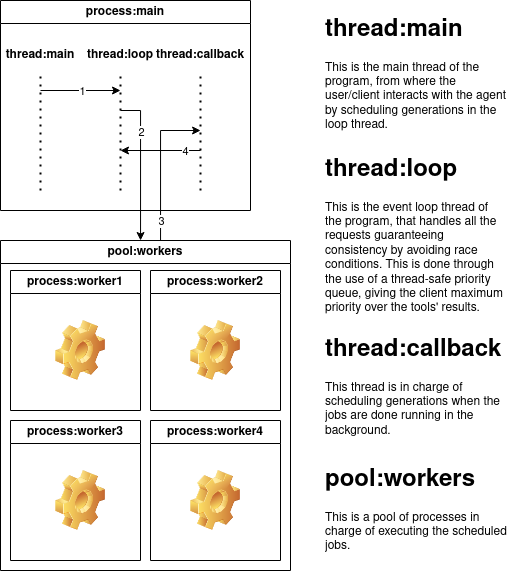
The draw.io diagram assets/executor_architecture.png in engelberger/concurrent-agent-executor, before a commit. Source tidied: cells renumbered, new cells last; positions are measured from the earlier drawing's top-left corner, leaving out a move shared by most shapes. Source of this version:
```xml
<mxGraphModel>
  <root>
    <mxCell id="0" />
    <mxCell id="1" parent="0" />
    <mxCell id="2" value="process:main" style="swimlane;whiteSpace=wrap;html=1;" parent="1" vertex="1">
      <mxGeometry width="250" height="210" as="geometry" />
    </mxCell>
    <mxCell id="3" style="endArrow=none;dashed=1;html=1;dashPattern=1 3;strokeWidth=2;rounded=0;" parent="2" edge="1">
      <mxGeometry relative="1" as="geometry">
        <mxPoint x="40" y="190" as="sourcePoint" />
        <mxPoint x="40" y="70" as="targetPoint" />
      </mxGeometry>
    </mxCell>
    <mxCell id="4" style="endArrow=none;dashed=1;html=1;dashPattern=1 3;strokeWidth=2;rounded=0;" parent="2" edge="1">
      <mxGeometry relative="1" as="geometry">
        <mxPoint x="120" y="190" as="sourcePoint" />
        <mxPoint x="120" y="70" as="targetPoint" />
      </mxGeometry>
    </mxCell>
    <mxCell id="5" style="endArrow=none;dashed=1;html=1;dashPattern=1 3;strokeWidth=2;rounded=0;" parent="2" edge="1">
      <mxGeometry relative="1" as="geometry">
        <mxPoint x="200" y="190" as="sourcePoint" />
        <mxPoint x="200" y="70" as="targetPoint" />
      </mxGeometry>
    </mxCell>
    <mxCell id="6" value="thread:loop" style="text;html=1;align=center;verticalAlign=middle;whiteSpace=wrap;rounded=0;fontStyle=1;fillColor=default;" parent="2" vertex="1">
      <mxGeometry x="90" y="40" width="60" height="30" as="geometry" />
    </mxCell>
    <mxCell id="7" value="thread:callback" style="text;html=1;align=center;verticalAlign=middle;whiteSpace=wrap;rounded=0;fontStyle=1;fillColor=default;" parent="2" vertex="1">
      <mxGeometry x="170" y="40" width="60" height="30" as="geometry" />
    </mxCell>
    <mxCell id="8" style="endArrow=classic;html=1;rounded=0;" parent="2" edge="1">
      <mxGeometry relative="1" as="geometry">
        <mxPoint x="40" y="90" as="sourcePoint" />
        <mxPoint x="120" y="90" as="targetPoint" />
      </mxGeometry>
    </mxCell>
    <mxCell id="9" value="1" style="edgeLabel;html=1;align=center;verticalAlign=middle;" parent="8" vertex="1">
      <mxGeometry x="0.03" relative="1" as="geometry" />
    </mxCell>
    <mxCell id="10" value="thread:main" style="text;html=1;align=center;verticalAlign=middle;whiteSpace=wrap;rounded=0;fontStyle=1;fillColor=default;" parent="2" vertex="1">
      <mxGeometry x="10" y="40" width="60" height="30" as="geometry" />
    </mxCell>
    <mxCell id="11" value="&lt;div&gt;pool:workers&lt;/div&gt;" style="swimlane;whiteSpace=wrap;html=1;" parent="1" vertex="1">
      <mxGeometry y="240" width="290" height="330" as="geometry" />
    </mxCell>
    <mxCell id="12" value="process:worker1" style="swimlane;whiteSpace=wrap;html=1;" parent="11" vertex="1">
      <mxGeometry x="10" y="30" width="130" height="140" as="geometry" />
    </mxCell>
    <mxCell id="13" style="shape=image;html=1;verticalLabelPosition=bottom;verticalAlign=top;imageAspect=0;image=img/clipart/Gear_128x128.png;" parent="12" vertex="1">
      <mxGeometry x="45" y="50" width="50" height="60" as="geometry" />
    </mxCell>
    <mxCell id="14" value="process:worker2" style="swimlane;whiteSpace=wrap;html=1;" parent="11" vertex="1">
      <mxGeometry x="150" y="30" width="130" height="140" as="geometry" />
    </mxCell>
    <mxCell id="15" style="shape=image;html=1;verticalLabelPosition=bottom;verticalAlign=top;imageAspect=0;image=img/clipart/Gear_128x128.png;" parent="14" vertex="1">
      <mxGeometry x="40" y="50" width="50" height="60" as="geometry" />
    </mxCell>
    <mxCell id="16" value="process:worker3" style="swimlane;whiteSpace=wrap;html=1;" parent="11" vertex="1">
      <mxGeometry x="10" y="180" width="130" height="140" as="geometry" />
    </mxCell>
    <mxCell id="17" style="shape=image;html=1;verticalLabelPosition=bottom;verticalAlign=top;imageAspect=0;image=img/clipart/Gear_128x128.png;" parent="16" vertex="1">
      <mxGeometry x="45" y="50" width="50" height="60" as="geometry" />
    </mxCell>
    <mxCell id="18" value="process:worker4" style="swimlane;whiteSpace=wrap;html=1;" parent="11" vertex="1">
      <mxGeometry x="150" y="180" width="130" height="140" as="geometry" />
    </mxCell>
    <mxCell id="19" style="shape=image;html=1;verticalLabelPosition=bottom;verticalAlign=top;imageAspect=0;image=img/clipart/Gear_128x128.png;" parent="18" vertex="1">
      <mxGeometry x="40" y="50" width="50" height="60" as="geometry" />
    </mxCell>
    <mxCell id="20" style="endArrow=classic;html=1;rounded=0;edgeStyle=orthogonalEdgeStyle;" parent="1" edge="1" target="11">
      <mxGeometry relative="1" as="geometry">
        <mxPoint x="120" y="110" as="sourcePoint" />
        <Array as="points">
          <mxPoint x="140" y="110" />
        </Array>
      </mxGeometry>
    </mxCell>
    <mxCell id="21" value="2" style="edgeLabel;html=1;align=center;verticalAlign=middle;" parent="20" vertex="1">
      <mxGeometry x="-0.45" relative="1" as="geometry" />
    </mxCell>
    <mxCell id="22" style="endArrow=classic;html=1;rounded=0;edgeStyle=orthogonalEdgeStyle;exitX=0.543;exitY=0;exitDx=0;exitDy=0;exitPerimeter=0;" parent="1" edge="1" source="11">
      <mxGeometry relative="1" as="geometry">
        <mxPoint x="200" y="130" as="targetPoint" />
        <Array as="points">
          <mxPoint x="160" y="240" />
          <mxPoint x="160" y="130" />
          <mxPoint x="200" y="130" />
        </Array>
      </mxGeometry>
    </mxCell>
    <mxCell id="23" value="3" style="edgeLabel;html=1;align=center;verticalAlign=middle;" parent="22" vertex="1">
      <mxGeometry x="-0.17" relative="1" as="geometry">
        <mxPoint y="41" as="offset" />
      </mxGeometry>
    </mxCell>
    <mxCell id="24" style="endArrow=classic;html=1;rounded=0;" parent="1" edge="1">
      <mxGeometry relative="1" as="geometry">
        <mxPoint x="200" y="150" as="sourcePoint" />
        <mxPoint x="120" y="150" as="targetPoint" />
      </mxGeometry>
    </mxCell>
    <mxCell id="25" value="4" style="edgeLabel;html=1;align=center;verticalAlign=middle;" parent="24" vertex="1">
      <mxGeometry x="-0.61" relative="1" as="geometry" />
    </mxCell>
    <mxCell id="26" value="&lt;h1&gt;thread:main&lt;/h1&gt;&lt;p&gt;This is the main thread of the program, from where the user/client interacts with the agent by scheduling generations in the loop thread.&lt;br&gt;&lt;/p&gt;" style="text;html=1;spacing=5;spacingTop=-20;whiteSpace=wrap;overflow=hidden;rounded=0;fillColor=default;" parent="1" vertex="1">
      <mxGeometry x="320" y="10" width="190" height="130" as="geometry" />
    </mxCell>
    <mxCell id="27" value="&lt;h1&gt;thread:loop&lt;/h1&gt;&lt;p&gt;This is the event loop thread of the program, that handles all the requests guaranteeing consistency by avoiding race conditions. This is done through the use of a thread-safe priority queue, giving the client maximum priority over the tools' results.&lt;br&gt;&lt;/p&gt;" style="text;html=1;spacing=5;spacingTop=-20;whiteSpace=wrap;overflow=hidden;rounded=0;fillColor=default;" parent="1" vertex="1">
      <mxGeometry x="320" y="150" width="190" height="170" as="geometry" />
    </mxCell>
    <mxCell id="28" value="&lt;h1&gt;thread:callback&lt;/h1&gt;&lt;p&gt;This thread is in charge of scheduling generations when the jobs are done running in the background.&lt;br&gt;&lt;/p&gt;" style="text;html=1;spacing=5;spacingTop=-20;whiteSpace=wrap;overflow=hidden;rounded=0;fillColor=default;" parent="1" vertex="1">
      <mxGeometry x="320" y="330" width="190" height="120" as="geometry" />
    </mxCell>
    <mxCell id="29" value="&lt;h1&gt;pool:workers&lt;/h1&gt;&lt;p&gt;This is a pool of processes in charge of executing the scheduled jobs.&lt;br&gt;&lt;/p&gt;" style="text;html=1;spacing=5;spacingTop=-20;whiteSpace=wrap;overflow=hidden;rounded=0;fillColor=default;" parent="1" vertex="1">
      <mxGeometry x="320" y="460" width="190" height="100" as="geometry" />
    </mxCell>
  </root>
</mxGraphModel>
```
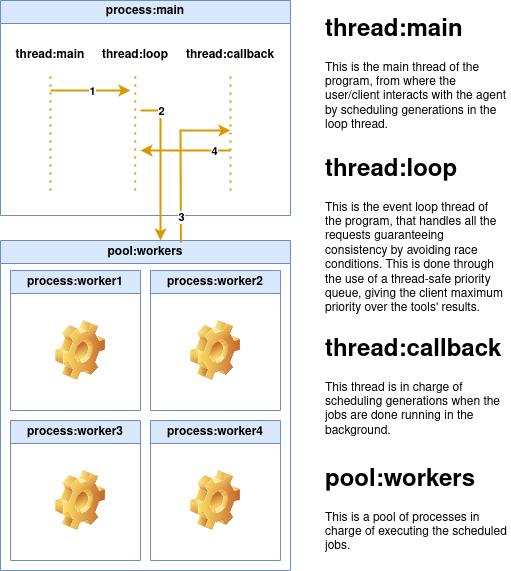
After the change.

Change to the diagram source:
```diff
@@ -2,105 +2,107 @@
   <root>
     <mxCell id="0" />
     <mxCell id="1" parent="0" />
-    <mxCell id="2" value="process:main" style="swimlane;whiteSpace=wrap;html=1;" parent="1" vertex="1">
-      <mxGeometry width="250" height="210" as="geometry" />
+    <mxCell id="2" value="process:main" style="swimlane;whiteSpace=wrap;html=1;fillColor=#dae8fc;strokeColor=#6c8ebf;" parent="1" vertex="1">
+      <mxGeometry width="290" height="215" as="geometry" />
     </mxCell>
-    <mxCell id="3" style="endArrow=none;dashed=1;html=1;dashPattern=1 3;strokeWidth=2;rounded=0;" parent="2" edge="1">
+    <mxCell id="3" style="endArrow=none;dashed=1;html=1;dashPattern=1 3;strokeWidth=2;rounded=0;fillColor=#ffe6cc;strokeColor=#d79b00;" parent="2" edge="1">
       <mxGeometry relative="1" as="geometry">
-        <mxPoint x="40" y="190" as="sourcePoint" />
-        <mxPoint x="40" y="70" as="targetPoint" />
+        <mxPoint x="50" y="190" as="sourcePoint" />
+        <mxPoint x="50" y="70" as="targetPoint" />
       </mxGeometry>
     </mxCell>
-    <mxCell id="4" style="endArrow=none;dashed=1;html=1;dashPattern=1 3;strokeWidth=2;rounded=0;" parent="2" edge="1">
+    <mxCell id="4" style="endArrow=none;dashed=1;html=1;dashPattern=1 3;strokeWidth=2;rounded=0;fillColor=#ffe6cc;strokeColor=#d79b00;" parent="2" edge="1">
       <mxGeometry relative="1" as="geometry">
-        <mxPoint x="120" y="190" as="sourcePoint" />
-        <mxPoint x="120" y="70" as="targetPoint" />
+        <mxPoint x="134.7" y="190" as="sourcePoint" />
+        <mxPoint x="134.7" y="70" as="targetPoint" />
       </mxGeometry>
     </mxCell>
-    <mxCell id="5" style="endArrow=none;dashed=1;html=1;dashPattern=1 3;strokeWidth=2;rounded=0;" parent="2" edge="1">
+    <mxCell id="5" style="endArrow=none;dashed=1;html=1;dashPattern=1 3;strokeWidth=2;rounded=0;fillColor=#ffe6cc;strokeColor=#d79b00;" parent="2" edge="1">
       <mxGeometry relative="1" as="geometry">
-        <mxPoint x="200" y="190" as="sourcePoint" />
-        <mxPoint x="200" y="70" as="targetPoint" />
+        <mxPoint x="230" y="190" as="sourcePoint" />
+        <mxPoint x="230" y="70" as="targetPoint" />
       </mxGeometry>
     </mxCell>
     <mxCell id="6" value="thread:loop" style="text;html=1;align=center;verticalAlign=middle;whiteSpace=wrap;rounded=0;fontStyle=1;fillColor=default;" parent="2" vertex="1">
-      <mxGeometry x="90" y="40" width="60" height="30" as="geometry" />
+      <mxGeometry x="100" y="40" width="70" height="30" as="geometry" />
     </mxCell>
     <mxCell id="7" value="thread:callback" style="text;html=1;align=center;verticalAlign=middle;whiteSpace=wrap;rounded=0;fontStyle=1;fillColor=default;" parent="2" vertex="1">
-      <mxGeometry x="170" y="40" width="60" height="30" as="geometry" />
+      <mxGeometry x="180" y="40" width="100" height="30" as="geometry" />
     </mxCell>
-    <mxCell id="8" style="endArrow=classic;html=1;rounded=0;" parent="2" edge="1">
+    <mxCell id="8" style="endArrow=classic;html=1;rounded=0;strokeWidth=2;fillColor=#ffe6cc;strokeColor=#d79b00;" parent="2" edge="1">
       <mxGeometry relative="1" as="geometry">
-        <mxPoint x="40" y="90" as="sourcePoint" />
-        <mxPoint x="120" y="90" as="targetPoint" />
+        <mxPoint x="50" y="90" as="sourcePoint" />
+        <mxPoint x="130" y="90" as="targetPoint" />
       </mxGeometry>
     </mxCell>
-    <mxCell id="9" value="1" style="edgeLabel;html=1;align=center;verticalAlign=middle;" parent="8" vertex="1">
+    <mxCell id="9" value="1" style="edgeLabel;html=1;align=center;verticalAlign=middle;fontStyle=1;" parent="8" vertex="1">
       <mxGeometry x="0.03" relative="1" as="geometry" />
     </mxCell>
     <mxCell id="10" value="thread:main" style="text;html=1;align=center;verticalAlign=middle;whiteSpace=wrap;rounded=0;fontStyle=1;fillColor=default;" parent="2" vertex="1">
-      <mxGeometry x="10" y="40" width="60" height="30" as="geometry" />
+      <mxGeometry x="10" y="40" width="80" height="30" as="geometry" />
     </mxCell>
-    <mxCell id="11" value="&lt;div&gt;pool:workers&lt;/div&gt;" style="swimlane;whiteSpace=wrap;html=1;" parent="1" vertex="1">
-      <mxGeometry y="240" width="290" height="330" as="geometry" />
+    <mxCell id="11" style="endArrow=classic;html=1;rounded=0;edgeStyle=orthogonalEdgeStyle;strokeWidth=2;fillColor=#ffe6cc;strokeColor=#d79b00;" parent="2" edge="1" target="13">
+      <mxGeometry relative="1" as="geometry">
+        <mxPoint x="140" y="110" as="sourcePoint" />
+        <Array as="points">
+          <mxPoint x="160" y="110" />
+        </Array>
+      </mxGeometry>
     </mxCell>
-    <mxCell id="12" value="process:worker1" style="swimlane;whiteSpace=wrap;html=1;" parent="11" vertex="1">
-      <mxGeometry x="10" y="30" width="130" height="140" as="geometry" />
+    <mxCell id="12" value="2" style="edgeLabel;html=1;align=center;verticalAlign=middle;fontStyle=1;" parent="11" vertex="1">
+      <mxGeometry x="-0.45" relative="1" as="geometry">
+        <mxPoint y="-21" as="offset" />
+      </mxGeometry>
     </mxCell>
-    <mxCell id="13" style="shape=image;html=1;verticalLabelPosition=bottom;verticalAlign=top;imageAspect=0;image=img/clipart/Gear_128x128.png;" parent="12" vertex="1">
-      <mxGeometry x="45" y="50" width="50" height="60" as="geometry" />
+    <mxCell id="13" value="&lt;div&gt;pool:workers&lt;/div&gt;" style="swimlane;whiteSpace=wrap;html=1;fillColor=#dae8fc;strokeColor=#6c8ebf;" parent="1" vertex="1">
+      <mxGeometry y="240" width="290" height="330" as="geometry" />
     </mxCell>
-    <mxCell id="14" value="process:worker2" style="swimlane;whiteSpace=wrap;html=1;" parent="11" vertex="1">
-      <mxGeometry x="150" y="30" width="130" height="140" as="geometry" />
+    <mxCell id="14" value="process:worker1" style="swimlane;whiteSpace=wrap;html=1;fillColor=#dae8fc;strokeColor=#6c8ebf;" parent="13" vertex="1">
+      <mxGeometry x="10" y="30" width="130" height="140" as="geometry" />
     </mxCell>
     <mxCell id="15" style="shape=image;html=1;verticalLabelPosition=bottom;verticalAlign=top;imageAspect=0;image=img/clipart/Gear_128x128.png;" parent="14" vertex="1">
-      <mxGeometry x="40" y="50" width="50" height="60" as="geometry" />
+      <mxGeometry x="45" y="50" width="50" height="60" as="geometry" />
     </mxCell>
-    <mxCell id="16" value="process:worker3" style="swimlane;whiteSpace=wrap;html=1;" parent="11" vertex="1">
-      <mxGeometry x="10" y="180" width="130" height="140" as="geometry" />
+    <mxCell id="16" value="process:worker2" style="swimlane;whiteSpace=wrap;html=1;fillColor=#dae8fc;strokeColor=#6c8ebf;" parent="13" vertex="1">
+      <mxGeometry x="150" y="30" width="130" height="140" as="geometry" />
     </mxCell>
     <mxCell id="17" style="shape=image;html=1;verticalLabelPosition=bottom;verticalAlign=top;imageAspect=0;image=img/clipart/Gear_128x128.png;" parent="16" vertex="1">
-      <mxGeometry x="45" y="50" width="50" height="60" as="geometry" />
+      <mxGeometry x="40" y="50" width="50" height="60" as="geometry" />
     </mxCell>
-    <mxCell id="18" value="process:worker4" style="swimlane;whiteSpace=wrap;html=1;" parent="11" vertex="1">
-      <mxGeometry x="150" y="180" width="130" height="140" as="geometry" />
+    <mxCell id="18" value="process:worker3" style="swimlane;whiteSpace=wrap;html=1;fillColor=#dae8fc;strokeColor=#6c8ebf;" parent="13" vertex="1">
+      <mxGeometry x="10" y="180" width="130" height="140" as="geometry" />
     </mxCell>
     <mxCell id="19" style="shape=image;html=1;verticalLabelPosition=bottom;verticalAlign=top;imageAspect=0;image=img/clipart/Gear_128x128.png;" parent="18" vertex="1">
-      <mxGeometry x="40" y="50" width="50" height="60" as="geometry" />
+      <mxGeometry x="45" y="50" width="50" height="60" as="geometry" />
     </mxCell>
-    <mxCell id="20" style="endArrow=classic;html=1;rounded=0;edgeStyle=orthogonalEdgeStyle;" parent="1" edge="1" target="11">
-      <mxGeometry relative="1" as="geometry">
-        <mxPoint x="120" y="110" as="sourcePoint" />
-        <Array as="points">
-          <mxPoint x="140" y="110" />
-        </Array>
-      </mxGeometry>
+    <mxCell id="20" value="process:worker4" style="swimlane;whiteSpace=wrap;html=1;fillColor=#dae8fc;strokeColor=#6c8ebf;" parent="13" vertex="1">
+      <mxGeometry x="150" y="180" width="130" height="140" as="geometry" />
     </mxCell>
-    <mxCell id="21" value="2" style="edgeLabel;html=1;align=center;verticalAlign=middle;" parent="20" vertex="1">
-      <mxGeometry x="-0.45" relative="1" as="geometry" />
+    <mxCell id="21" style="shape=image;html=1;verticalLabelPosition=bottom;verticalAlign=top;imageAspect=0;image=img/clipart/Gear_128x128.png;" parent="20" vertex="1">
+      <mxGeometry x="40" y="50" width="50" height="60" as="geometry" />
     </mxCell>
-    <mxCell id="22" style="endArrow=classic;html=1;rounded=0;edgeStyle=orthogonalEdgeStyle;exitX=0.543;exitY=0;exitDx=0;exitDy=0;exitPerimeter=0;" parent="1" edge="1" source="11">
+    <mxCell id="22" style="endArrow=classic;html=1;rounded=0;edgeStyle=orthogonalEdgeStyle;exitX=0.622;exitY=0;exitDx=0;exitDy=0;exitPerimeter=0;strokeWidth=2;fillColor=#ffe6cc;strokeColor=#d79b00;" parent="1" edge="1" source="13">
       <mxGeometry relative="1" as="geometry">
-        <mxPoint x="200" y="130" as="targetPoint" />
+        <mxPoint x="230" y="130" as="targetPoint" />
         <Array as="points">
-          <mxPoint x="160" y="240" />
-          <mxPoint x="160" y="130" />
-          <mxPoint x="200" y="130" />
+          <mxPoint x="180" y="242" />
+          <mxPoint x="180" y="242" />
+          <mxPoint x="180" y="130" />
         </Array>
       </mxGeometry>
     </mxCell>
-    <mxCell id="23" value="3" style="edgeLabel;html=1;align=center;verticalAlign=middle;" parent="22" vertex="1">
+    <mxCell id="23" value="3" style="edgeLabel;html=1;align=center;verticalAlign=middle;fontStyle=1;" parent="22" vertex="1">
       <mxGeometry x="-0.17" relative="1" as="geometry">
         <mxPoint y="41" as="offset" />
       </mxGeometry>
     </mxCell>
-    <mxCell id="24" style="endArrow=classic;html=1;rounded=0;" parent="1" edge="1">
+    <mxCell id="24" style="endArrow=classic;html=1;rounded=0;strokeWidth=2;fillColor=#ffe6cc;strokeColor=#d79b00;" parent="1" edge="1">
       <mxGeometry relative="1" as="geometry">
-        <mxPoint x="200" y="150" as="sourcePoint" />
-        <mxPoint x="120" y="150" as="targetPoint" />
+        <mxPoint x="230" y="150" as="sourcePoint" />
+        <mxPoint x="140" y="150" as="targetPoint" />
       </mxGeometry>
     </mxCell>
-    <mxCell id="25" value="4" style="edgeLabel;html=1;align=center;verticalAlign=middle;" parent="24" vertex="1">
+    <mxCell id="25" value="4" style="edgeLabel;html=1;align=center;verticalAlign=middle;fontStyle=1;" parent="24" vertex="1">
       <mxGeometry x="-0.61" relative="1" as="geometry" />
     </mxCell>
     <mxCell id="26" value="&lt;h1&gt;thread:main&lt;/h1&gt;&lt;p&gt;This is the main thread of the program, from where the user/client interacts with the agent by scheduling generations in the loop thread.&lt;br&gt;&lt;/p&gt;" style="text;html=1;spacing=5;spacingTop=-20;whiteSpace=wrap;overflow=hidden;rounded=0;fillColor=default;" parent="1" vertex="1">
```
